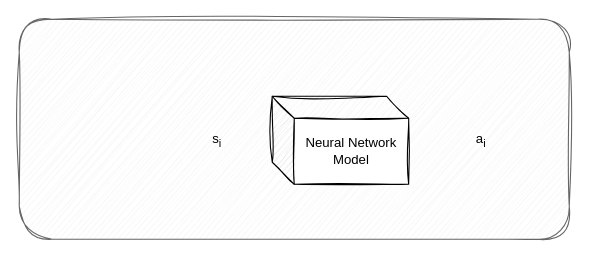
The draw.io diagram draw/bc.drawio in stuPETER12138/SquashDrawing, before the edit. Source tidied: cells renumbered, new cells numbered last; positions are measured from the earlier drawing's top-left corner, leaving out a move shared by most shapes. Both pictures are drawn from the tidied source at 110%, with x=0, y=0 at pixel (19, 19).
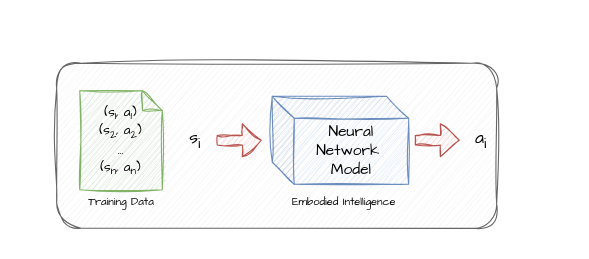
After the change.

What changed in the source:
```diff
@@
 <mxGraphModel>
   <root>
     <mxCell id="0" />
     <mxCell id="1" parent="0" />
     <mxCell id="2" style="rounded=1;whiteSpace=wrap;html=1;sketch=1;curveFitting=1;jiggle=2;fillColor=#f5f5f5;strokeColor=#666666;fontColor=#333333;" parent="1" vertex="1">
-      <mxGeometry width="500" height="200" as="geometry" />
+      <mxGeometry x="34" y="40" width="400" height="150" as="geometry" />
     </mxCell>
-    <mxCell id="3" value="Neural Network Model" style="shape=cube;whiteSpace=wrap;html=1;boundedLbl=1;backgroundOutline=1;darkOpacity=0.05;darkOpacity2=0.1;sketch=1;curveFitting=1;jiggle=2;" parent="1" vertex="1">
+    <mxCell id="3" value="&lt;font face=&quot;Comic Sans MS&quot; style=&quot;font-size: 14px;&quot;&gt;Neural Network&amp;nbsp;&lt;/font&gt;&lt;div&gt;&lt;font face=&quot;Comic Sans MS&quot; style=&quot;font-size: 14px;&quot;&gt;Model&lt;/font&gt;&lt;/div&gt;" style="shape=cube;whiteSpace=wrap;html=1;boundedLbl=1;backgroundOutline=1;darkOpacity=0.05;darkOpacity2=0.1;sketch=1;curveFitting=1;jiggle=2;fillColor=#dae8fc;strokeColor=#6c8ebf;" parent="1" vertex="1">
       <mxGeometry x="230" y="70" width="124" height="80" as="geometry" />
     </mxCell>
-    <mxCell id="4" value="s&lt;sub&gt;i&lt;/sub&gt;" style="text;html=1;align=center;verticalAlign=middle;whiteSpace=wrap;rounded=0;" parent="1" vertex="1">
-      <mxGeometry x="150" y="95" width="60" height="30" as="geometry" />
+    <mxCell id="4" value="&lt;font face=&quot;Comic Sans MS&quot; style=&quot;font-size: 16px;&quot;&gt;s&lt;sub style=&quot;&quot;&gt;i&lt;/sub&gt;&lt;/font&gt;" style="text;html=1;align=center;verticalAlign=middle;whiteSpace=wrap;rounded=0;" parent="1" vertex="1">
+      <mxGeometry x="130" y="95" width="60" height="30" as="geometry" />
     </mxCell>
-    <mxCell id="5" value="&lt;div style=&quot;&quot;&gt;&lt;span style=&quot;background-color: transparent; color: light-dark(rgb(0, 0, 0), rgb(255, 255, 255));&quot;&gt;a&lt;sub&gt;i&lt;/sub&gt;&lt;/span&gt;&lt;/div&gt;" style="text;html=1;align=center;verticalAlign=middle;whiteSpace=wrap;rounded=0;" parent="1" vertex="1">
+    <mxCell id="5" value="&lt;div style=&quot;&quot;&gt;&lt;span style=&quot;background-color: transparent; color: light-dark(rgb(0, 0, 0), rgb(255, 255, 255));&quot;&gt;&lt;font face=&quot;Comic Sans MS&quot; style=&quot;font-size: 16px;&quot;&gt;a&lt;sub style=&quot;&quot;&gt;i&lt;/sub&gt;&lt;/font&gt;&lt;/span&gt;&lt;/div&gt;" style="text;html=1;align=center;verticalAlign=middle;whiteSpace=wrap;rounded=0;" parent="1" vertex="1">
       <mxGeometry x="390" y="95" width="60" height="30" as="geometry" />
     </mxCell>
+    <mxCell id="6" style="shape=singleArrow;whiteSpace=wrap;html=1;arrowWidth=0.2895348837209298;arrowSize=0.4302325581395337;sketch=1;curveFitting=1;jiggle=2;fillColor=#f8cecc;strokeColor=#b85450;" parent="1" vertex="1">
+      <mxGeometry x="180" y="95" width="40" height="30" as="geometry" />
+    </mxCell>
+    <mxCell id="7" style="shape=singleArrow;whiteSpace=wrap;html=1;arrowWidth=0.2895348837209298;arrowSize=0.4302325581395337;sketch=1;curveFitting=1;jiggle=2;fillColor=#f8cecc;strokeColor=#b85450;" parent="1" vertex="1">
+      <mxGeometry x="360" y="95" width="40" height="30" as="geometry" />
+    </mxCell>
+    <mxCell id="8" value="&lt;div&gt;&lt;font face=&quot;Comic Sans MS&quot;&gt;&lt;span style=&quot;background-color: transparent; color: light-dark(rgb(0, 0, 0), rgb(255, 255, 255));&quot;&gt;(s&lt;/span&gt;&lt;sub style=&quot;background-color: transparent; color: light-dark(rgb(0, 0, 0), rgb(255, 255, 255));&quot;&gt;1&lt;/sub&gt;&lt;span style=&quot;background-color: transparent; color: light-dark(rgb(0, 0, 0), rgb(255, 255, 255));&quot;&gt;, a&lt;/span&gt;&lt;sub style=&quot;background-color: transparent; color: light-dark(rgb(0, 0, 0), rgb(255, 255, 255));&quot;&gt;1&lt;/sub&gt;&lt;span style=&quot;background-color: transparent; color: light-dark(rgb(0, 0, 0), rgb(255, 255, 255));&quot;&gt;)&lt;/span&gt;&lt;/font&gt;&lt;/div&gt;&lt;div&gt;&lt;font face=&quot;Comic Sans MS&quot;&gt;(s&lt;sub&gt;2&lt;/sub&gt;, a&lt;sub style=&quot;&quot;&gt;2&lt;/sub&gt;)&lt;/font&gt;&lt;/div&gt;&lt;div&gt;&lt;font face=&quot;Comic Sans MS&quot;&gt;...&lt;/font&gt;&lt;/div&gt;&lt;div&gt;&lt;font face=&quot;Comic Sans MS&quot;&gt;(s&lt;sub style=&quot;&quot;&gt;n&lt;/sub&gt;, a&lt;sub style=&quot;&quot;&gt;n&lt;/sub&gt;)&lt;/font&gt;&lt;span style=&quot;font-family: &amp;quot;Comic Sans MS&amp;quot;;&quot;&gt;&lt;/span&gt;&lt;/div&gt;" style="shape=note;whiteSpace=wrap;html=1;backgroundOutline=1;darkOpacity=0.05;sketch=1;curveFitting=1;jiggle=2;fillColor=#d5e8d4;strokeColor=#82b366;size=18;" parent="1" vertex="1">
+      <mxGeometry x="55" y="65" width="75" height="90" as="geometry" />
+    </mxCell>
+    <mxCell id="9" value="&lt;font style=&quot;font-size: 10px;&quot; face=&quot;Comic Sans MS&quot;&gt;Training Data&lt;/font&gt;" style="text;html=1;align=center;verticalAlign=middle;whiteSpace=wrap;rounded=0;" parent="1" vertex="1">
+      <mxGeometry x="47.5" y="150" width="90" height="30" as="geometry" />
+    </mxCell>
+    <mxCell id="10" value="&lt;font face=&quot;Comic Sans MS&quot;&gt;&lt;span style=&quot;font-size: 10px;&quot;&gt;Embodied Intelligence&lt;/span&gt;&lt;/font&gt;" style="text;html=1;align=center;verticalAlign=middle;whiteSpace=wrap;rounded=0;" parent="1" vertex="1">
+      <mxGeometry x="237" y="150" width="117" height="30" as="geometry" />
+    </mxCell>
   </root>
 </mxGraphModel>
```
